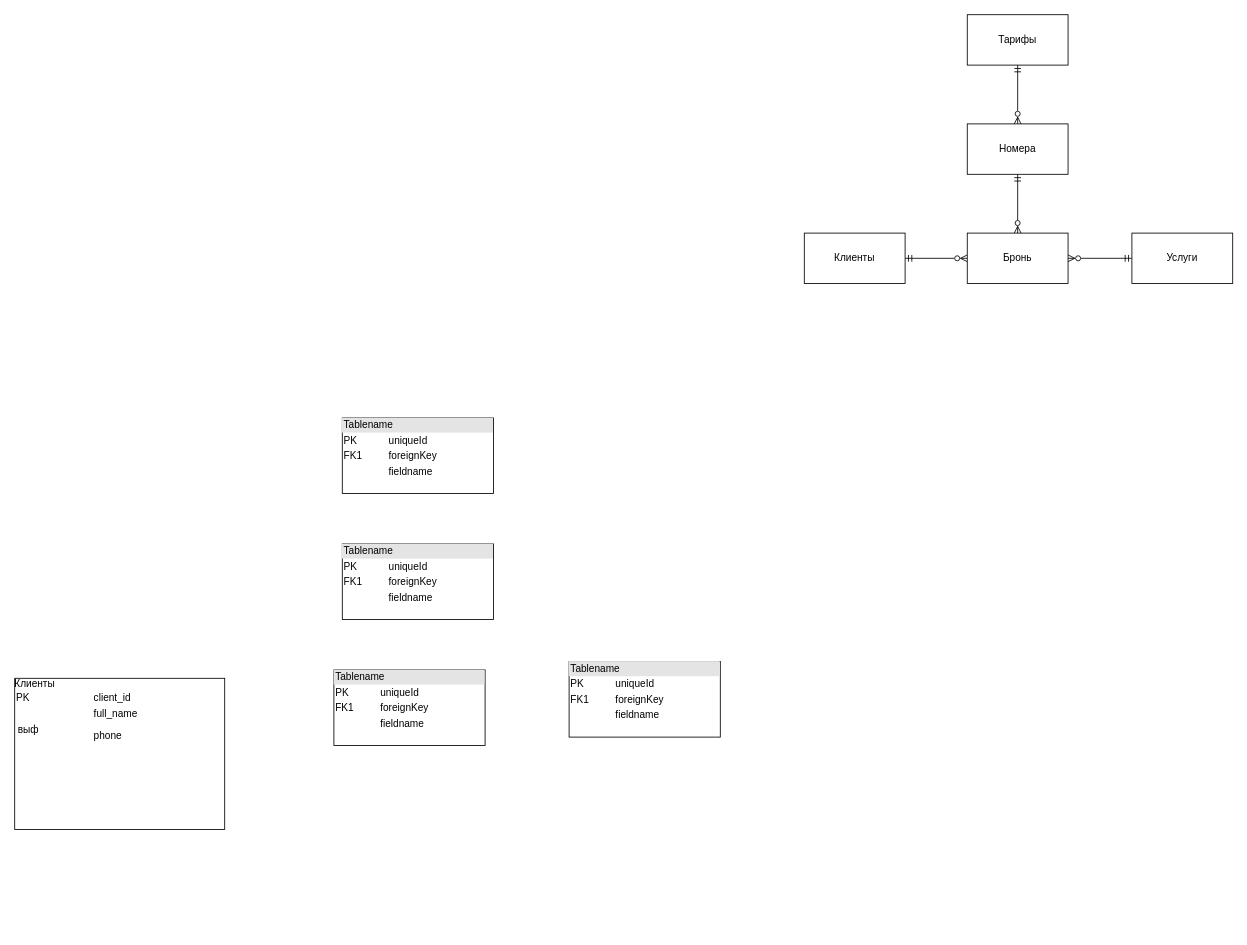
The draw.io diagram Диаграмма без названия.drawio in Bebrono/BD_mfti, before the edit. Source tidied: cells renumbered, new cells numbered last; positions are measured from the earlier drawing's top-left corner, leaving out a move shared by most shapes. Both pictures are drawn from the tidied source at 84%, with x=0, y=0 at pixel (14, 14).
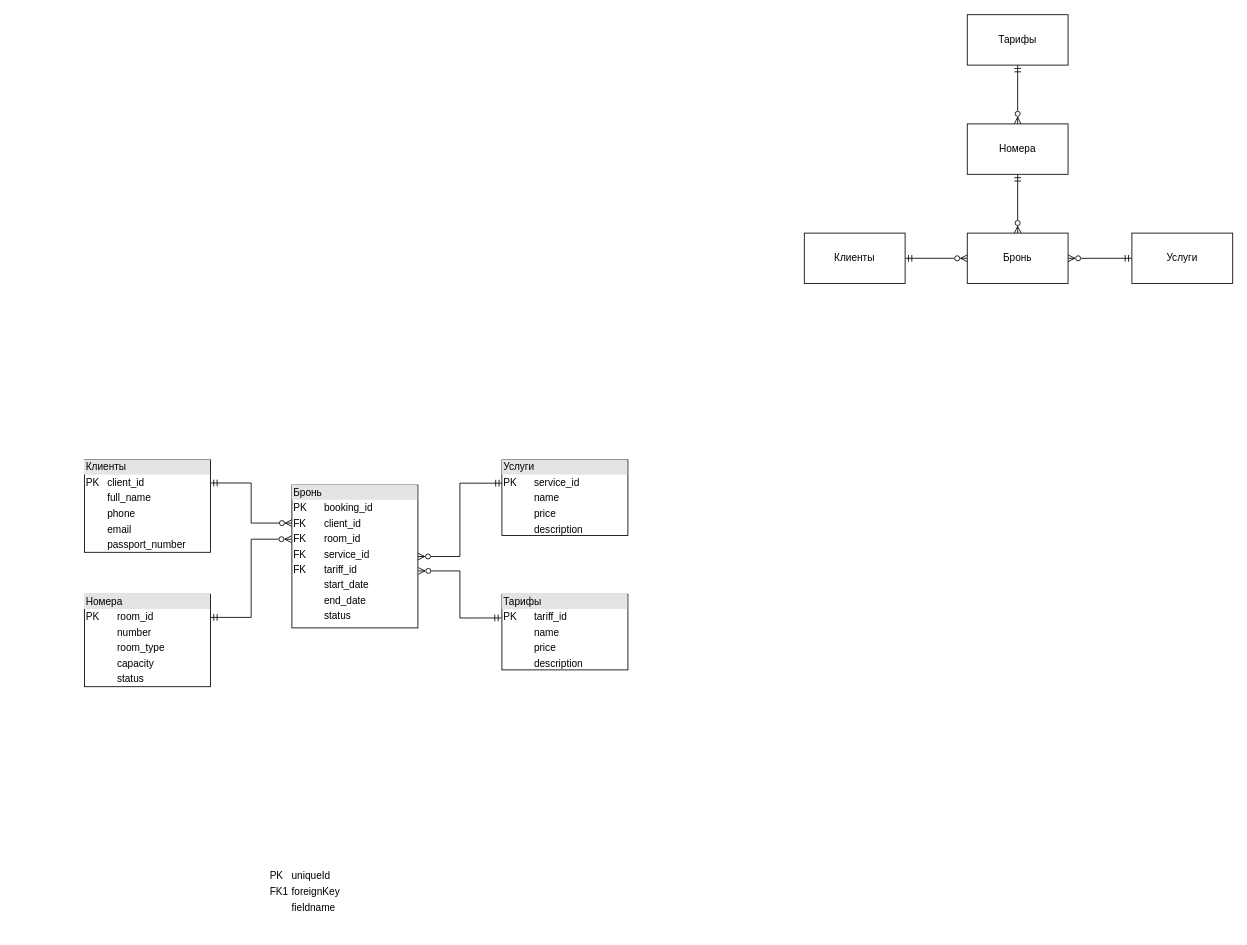
After the change.

What changed in the source:
```diff
@@
-    <mxCell id="11" value="Клиенты&lt;table style=&quot;width:100%;font-size:1em;&quot; cellpadding=&quot;2&quot; cellspacing=&quot;0&quot;&gt;&lt;tbody&gt;&lt;tr&gt;&lt;td&gt;PK&lt;/td&gt;&lt;td&gt;client_id&lt;/td&gt;&lt;/tr&gt;&lt;tr&gt;&lt;td&gt;&lt;br&gt;&lt;/td&gt;&lt;td&gt;full_name&lt;/td&gt;&lt;/tr&gt;&lt;tr&gt;&lt;td&gt;&lt;table style=&quot;width:100%;font-size:1em;&quot; cellpadding=&quot;2&quot; cellspacing=&quot;0&quot;&gt;&lt;tbody&gt;&lt;tr&gt;&lt;td&gt;выф&lt;/td&gt;&lt;/tr&gt;&lt;/tbody&gt;&lt;/table&gt;&lt;br&gt;&lt;/td&gt;&lt;td&gt;phone&lt;/td&gt;&lt;/tr&gt;&lt;/tbody&gt;&lt;/table&gt;" style="verticalAlign=top;align=left;overflow=fill;html=1;whiteSpace=wrap;" parent="1" vertex="1">
-      <mxGeometry y="790" width="250" height="180" as="geometry" />
-    </mxCell>
-    <mxCell id="12" value="&lt;div style=&quot;box-sizing:border-box;width:100%;background:#e4e4e4;padding:2px;&quot;&gt;Tablename&lt;/div&gt;&lt;table style=&quot;width:100%;font-size:1em;&quot; cellpadding=&quot;2&quot; cellspacing=&quot;0&quot;&gt;&lt;tr&gt;&lt;td&gt;PK&lt;/td&gt;&lt;td&gt;uniqueId&lt;/td&gt;&lt;/tr&gt;&lt;tr&gt;&lt;td&gt;FK1&lt;/td&gt;&lt;td&gt;foreignKey&lt;/td&gt;&lt;/tr&gt;&lt;tr&gt;&lt;td&gt;&lt;/td&gt;&lt;td&gt;fieldname&lt;/td&gt;&lt;/tr&gt;&lt;/table&gt;" style="verticalAlign=top;align=left;overflow=fill;html=1;whiteSpace=wrap;" parent="1" vertex="1">
-      <mxGeometry x="380" y="780" width="180" height="90" as="geometry" />
-    </mxCell>
-    <mxCell id="13" value="&lt;div style=&quot;box-sizing:border-box;width:100%;background:#e4e4e4;padding:2px;&quot;&gt;Tablename&lt;/div&gt;&lt;table style=&quot;width:100%;font-size:1em;&quot; cellpadding=&quot;2&quot; cellspacing=&quot;0&quot;&gt;&lt;tr&gt;&lt;td&gt;PK&lt;/td&gt;&lt;td&gt;uniqueId&lt;/td&gt;&lt;/tr&gt;&lt;tr&gt;&lt;td&gt;FK1&lt;/td&gt;&lt;td&gt;foreignKey&lt;/td&gt;&lt;/tr&gt;&lt;tr&gt;&lt;td&gt;&lt;/td&gt;&lt;td&gt;fieldname&lt;/td&gt;&lt;/tr&gt;&lt;/table&gt;" style="verticalAlign=top;align=left;overflow=fill;html=1;whiteSpace=wrap;" parent="1" vertex="1">
-      <mxGeometry x="660" y="770" width="180" height="90" as="geometry" />
-    </mxCell>
-    <mxCell id="14" value="&lt;div style=&quot;box-sizing:border-box;width:100%;background:#e4e4e4;padding:2px;&quot;&gt;Tablename&lt;/div&gt;&lt;table style=&quot;width:100%;font-size:1em;&quot; cellpadding=&quot;2&quot; cellspacing=&quot;0&quot;&gt;&lt;tr&gt;&lt;td&gt;PK&lt;/td&gt;&lt;td&gt;uniqueId&lt;/td&gt;&lt;/tr&gt;&lt;tr&gt;&lt;td&gt;FK1&lt;/td&gt;&lt;td&gt;foreignKey&lt;/td&gt;&lt;/tr&gt;&lt;tr&gt;&lt;td&gt;&lt;/td&gt;&lt;td&gt;fieldname&lt;/td&gt;&lt;/tr&gt;&lt;/table&gt;" style="verticalAlign=top;align=left;overflow=fill;html=1;whiteSpace=wrap;" parent="1" vertex="1">
-      <mxGeometry x="390" y="630" width="180" height="90" as="geometry" />
-    </mxCell>
-    <mxCell id="15" value="&lt;div style=&quot;box-sizing:border-box;width:100%;background:#e4e4e4;padding:2px;&quot;&gt;Tablename&lt;/div&gt;&lt;table style=&quot;width:100%;font-size:1em;&quot; cellpadding=&quot;2&quot; cellspacing=&quot;0&quot;&gt;&lt;tr&gt;&lt;td&gt;PK&lt;/td&gt;&lt;td&gt;uniqueId&lt;/td&gt;&lt;/tr&gt;&lt;tr&gt;&lt;td&gt;FK1&lt;/td&gt;&lt;td&gt;foreignKey&lt;/td&gt;&lt;/tr&gt;&lt;tr&gt;&lt;td&gt;&lt;/td&gt;&lt;td&gt;fieldname&lt;/td&gt;&lt;/tr&gt;&lt;/table&gt;" style="verticalAlign=top;align=left;overflow=fill;html=1;whiteSpace=wrap;" parent="1" vertex="1">
-      <mxGeometry x="390" y="480" width="180" height="90" as="geometry" />
-    </mxCell>
+    <mxCell id="16" style="edgeStyle=orthogonalEdgeStyle;rounded=0;jettySize=auto;html=1;exitX=1;exitY=0.25;exitDx=0;exitDy=0;entryX=0.001;entryY=0.266;entryDx=0;entryDy=0;endArrow=ERzeroToMany;endFill=0;startArrow=ERmandOne;startFill=0;entryPerimeter=0;" parent="1" edge="1" source="17" target="21">
+      <mxGeometry relative="1" as="geometry" />
+    </mxCell>
+    <mxCell id="17" value="&lt;div style=&quot;box-sizing: border-box; width: 100%; background: rgb(228, 228, 228); padding: 2px;&quot;&gt;Клиенты&lt;/div&gt;&lt;table style=&quot;width:100%;font-size:1em;&quot; cellpadding=&quot;2&quot; cellspacing=&quot;0&quot;&gt;&lt;tbody&gt;&lt;tr&gt;&lt;td&gt;PK&lt;/td&gt;&lt;td&gt;client_id&lt;/td&gt;&lt;/tr&gt;&lt;tr&gt;&lt;td&gt;&lt;br&gt;&lt;/td&gt;&lt;td&gt;full_name&lt;/td&gt;&lt;/tr&gt;&lt;tr&gt;&lt;td&gt;&lt;/td&gt;&lt;td&gt;phone&lt;/td&gt;&lt;/tr&gt;&lt;tr&gt;&lt;td&gt;&lt;br&gt;&lt;/td&gt;&lt;td&gt;email&lt;/td&gt;&lt;/tr&gt;&lt;tr&gt;&lt;td&gt;&lt;br&gt;&lt;/td&gt;&lt;td&gt;passport_number&lt;/td&gt;&lt;/tr&gt;&lt;tr&gt;&lt;td&gt;&lt;br&gt;&lt;/td&gt;&lt;td&gt;&lt;br&gt;&lt;/td&gt;&lt;/tr&gt;&lt;tr&gt;&lt;td&gt;&lt;br&gt;&lt;/td&gt;&lt;td&gt;&lt;br&gt;&lt;/td&gt;&lt;/tr&gt;&lt;tr&gt;&lt;td&gt;&lt;br&gt;&lt;/td&gt;&lt;td&gt;&lt;br&gt;&lt;/td&gt;&lt;/tr&gt;&lt;/tbody&gt;&lt;/table&gt;" style="verticalAlign=top;align=left;overflow=fill;html=1;whiteSpace=wrap;" parent="1" vertex="1">
+      <mxGeometry x="83" y="530" width="150" height="110" as="geometry" />
+    </mxCell>
+    <mxCell id="18" value="&lt;table cellspacing=&quot;0&quot; cellpadding=&quot;2&quot; style=&quot;width:100%;font-size:1em;&quot;&gt;&lt;tbody&gt;&lt;tr&gt;&lt;td&gt;PK&lt;/td&gt;&lt;td&gt;uniqueId&lt;/td&gt;&lt;/tr&gt;&lt;tr&gt;&lt;td&gt;FK1&lt;/td&gt;&lt;td&gt;foreignKey&lt;/td&gt;&lt;/tr&gt;&lt;tr&gt;&lt;td&gt;&lt;/td&gt;&lt;td&gt;fieldname&lt;/td&gt;&lt;/tr&gt;&lt;/tbody&gt;&lt;/table&gt;" style="text;whiteSpace=wrap;html=1;" parent="1" vertex="1">
+      <mxGeometry x="300" y="1010" width="120" height="80" as="geometry" />
+    </mxCell>
+    <mxCell id="19" value="&lt;div style=&quot;box-sizing: border-box; width: 100%; background: rgb(228, 228, 228); padding: 2px;&quot;&gt;Номера&lt;/div&gt;&lt;table style=&quot;width:100%;font-size:1em;&quot; cellpadding=&quot;2&quot; cellspacing=&quot;0&quot;&gt;&lt;tbody&gt;&lt;tr&gt;&lt;td&gt;PK&lt;/td&gt;&lt;td&gt;room_id&lt;/td&gt;&lt;/tr&gt;&lt;tr&gt;&lt;td&gt;&lt;br&gt;&lt;/td&gt;&lt;td&gt;number&lt;/td&gt;&lt;/tr&gt;&lt;tr&gt;&lt;td&gt;&lt;/td&gt;&lt;td&gt;room_type&lt;/td&gt;&lt;/tr&gt;&lt;tr&gt;&lt;td&gt;&lt;br&gt;&lt;/td&gt;&lt;td&gt;capacity&lt;/td&gt;&lt;/tr&gt;&lt;tr&gt;&lt;td&gt;&lt;br&gt;&lt;/td&gt;&lt;td&gt;status&lt;/td&gt;&lt;/tr&gt;&lt;tr&gt;&lt;td&gt;&lt;br&gt;&lt;/td&gt;&lt;td&gt;&lt;br&gt;&lt;/td&gt;&lt;/tr&gt;&lt;tr&gt;&lt;td&gt;&lt;br&gt;&lt;/td&gt;&lt;td&gt;&lt;br&gt;&lt;/td&gt;&lt;/tr&gt;&lt;tr&gt;&lt;td&gt;&lt;br&gt;&lt;/td&gt;&lt;td&gt;&lt;br&gt;&lt;/td&gt;&lt;/tr&gt;&lt;/tbody&gt;&lt;/table&gt;" style="verticalAlign=top;align=left;overflow=fill;html=1;whiteSpace=wrap;" parent="1" vertex="1">
+      <mxGeometry x="83" y="690" width="150" height="110" as="geometry" />
+    </mxCell>
+    <mxCell id="20" value="&lt;div style=&quot;box-sizing: border-box; width: 100%; background: rgb(228, 228, 228); padding: 2px;&quot;&gt;Тарифы&lt;/div&gt;&lt;table style=&quot;width:100%;font-size:1em;&quot; cellpadding=&quot;2&quot; cellspacing=&quot;0&quot;&gt;&lt;tbody&gt;&lt;tr&gt;&lt;td&gt;PK&lt;/td&gt;&lt;td&gt;tariff_id&lt;/td&gt;&lt;/tr&gt;&lt;tr&gt;&lt;td&gt;&lt;br&gt;&lt;/td&gt;&lt;td&gt;name&lt;/td&gt;&lt;/tr&gt;&lt;tr&gt;&lt;td&gt;&lt;/td&gt;&lt;td&gt;price&lt;/td&gt;&lt;/tr&gt;&lt;tr&gt;&lt;td&gt;&lt;br&gt;&lt;/td&gt;&lt;td&gt;&lt;span lang=&quot;en&quot; class=&quot;HwtZe&quot;&gt;&lt;span class=&quot;jCAhz ChMk0b&quot;&gt;&lt;span class=&quot;ryNqvb&quot;&gt;description&lt;/span&gt;&lt;/span&gt;&lt;/span&gt;&lt;/td&gt;&lt;/tr&gt;&lt;tr&gt;&lt;td&gt;&lt;br&gt;&lt;/td&gt;&lt;td&gt;&lt;br&gt;&lt;/td&gt;&lt;/tr&gt;&lt;tr&gt;&lt;td&gt;&lt;br&gt;&lt;/td&gt;&lt;td&gt;&lt;br&gt;&lt;/td&gt;&lt;/tr&gt;&lt;/tbody&gt;&lt;/table&gt;" style="verticalAlign=top;align=left;overflow=fill;html=1;whiteSpace=wrap;" parent="1" vertex="1">
+      <mxGeometry x="580" y="690" width="150" height="90" as="geometry" />
+    </mxCell>
+    <mxCell id="21" value="&lt;div style=&quot;box-sizing: border-box; width: 100%; background: rgb(228, 228, 228); padding: 2px;&quot;&gt;Бронь&lt;/div&gt;&lt;table style=&quot;width:100%;font-size:1em;&quot; cellpadding=&quot;2&quot; cellspacing=&quot;0&quot;&gt;&lt;tbody&gt;&lt;tr&gt;&lt;td&gt;PK&lt;/td&gt;&lt;td&gt;booking_id &lt;/td&gt;&lt;/tr&gt;&lt;tr&gt;&lt;td&gt;FK&lt;/td&gt;&lt;td&gt;client_id &lt;/td&gt;&lt;/tr&gt;&lt;tr&gt;&lt;td&gt;FK&lt;/td&gt;&lt;td&gt;room_id &lt;/td&gt;&lt;/tr&gt;&lt;tr&gt;&lt;td&gt;FK&lt;/td&gt;&lt;td&gt;service_id&lt;/td&gt;&lt;/tr&gt;&lt;tr&gt;&lt;td&gt;FK&lt;/td&gt;&lt;td&gt;tariff_id&lt;/td&gt;&lt;/tr&gt;&lt;tr&gt;&lt;td&gt;&lt;br&gt;&lt;/td&gt;&lt;td&gt;start_date&lt;/td&gt;&lt;/tr&gt;&lt;tr&gt;&lt;td&gt;&lt;br&gt;&lt;/td&gt;&lt;td&gt;end_date&lt;/td&gt;&lt;/tr&gt;&lt;tr&gt;&lt;td&gt;&lt;br&gt;&lt;/td&gt;&lt;td&gt;status&lt;/td&gt;&lt;/tr&gt;&lt;/tbody&gt;&lt;/table&gt;" style="verticalAlign=top;align=left;overflow=fill;html=1;whiteSpace=wrap;" parent="1" vertex="1">
+      <mxGeometry x="330" y="560" width="150" height="170" as="geometry" />
+    </mxCell>
+    <mxCell id="22" style="edgeStyle=orthogonalEdgeStyle;rounded=0;jettySize=auto;html=1;exitX=0.004;exitY=0.308;exitDx=0;exitDy=0;entryX=1;entryY=0.5;entryDx=0;entryDy=0;endArrow=ERzeroToMany;endFill=0;startArrow=ERmandOne;startFill=0;exitPerimeter=0;" parent="1" edge="1" source="23" target="21">
+      <mxGeometry relative="1" as="geometry" />
+    </mxCell>
+    <mxCell id="23" value="&lt;div style=&quot;box-sizing: border-box; width: 100%; background: rgb(228, 228, 228); padding: 2px;&quot;&gt;Услуги&lt;/div&gt;&lt;table style=&quot;width:100%;font-size:1em;&quot; cellpadding=&quot;2&quot; cellspacing=&quot;0&quot;&gt;&lt;tbody&gt;&lt;tr&gt;&lt;td&gt;PK&lt;/td&gt;&lt;td&gt;service_id &lt;/td&gt;&lt;/tr&gt;&lt;tr&gt;&lt;td&gt;&lt;/td&gt;&lt;td&gt;name&lt;/td&gt;&lt;/tr&gt;&lt;tr&gt;&lt;td&gt;&lt;br&gt;&lt;/td&gt;&lt;td&gt;price&lt;/td&gt;&lt;/tr&gt;&lt;tr&gt;&lt;td&gt;&lt;br&gt;&lt;/td&gt;&lt;td&gt;&lt;span lang=&quot;en&quot; class=&quot;HwtZe&quot;&gt;&lt;span class=&quot;jCAhz ChMk0b&quot;&gt;&lt;span class=&quot;ryNqvb&quot;&gt;description&lt;/span&gt;&lt;/span&gt;&lt;/span&gt;&lt;/td&gt;&lt;/tr&gt;&lt;tr&gt;&lt;td&gt;&lt;br&gt;&lt;/td&gt;&lt;td&gt;&lt;br&gt;&lt;/td&gt;&lt;/tr&gt;&lt;tr&gt;&lt;td&gt;&lt;br&gt;&lt;/td&gt;&lt;td&gt;&lt;br&gt;&lt;/td&gt;&lt;/tr&gt;&lt;tr&gt;&lt;td&gt;&lt;br&gt;&lt;/td&gt;&lt;td&gt;&lt;br&gt;&lt;/td&gt;&lt;/tr&gt;&lt;/tbody&gt;&lt;/table&gt;" style="verticalAlign=top;align=left;overflow=fill;html=1;whiteSpace=wrap;" parent="1" vertex="1">
+      <mxGeometry x="580" y="530" width="150" height="90" as="geometry" />
+    </mxCell>
+    <mxCell id="24" style="edgeStyle=orthogonalEdgeStyle;rounded=0;jettySize=auto;html=1;exitX=1;exitY=0.25;exitDx=0;exitDy=0;entryX=-0.003;entryY=0.379;entryDx=0;entryDy=0;entryPerimeter=0;endArrow=ERzeroToMany;endFill=0;startArrow=ERmandOne;startFill=0;" parent="1" edge="1" source="19" target="21">
+      <mxGeometry relative="1" as="geometry" />
+    </mxCell>
+    <mxCell id="25" style="edgeStyle=orthogonalEdgeStyle;rounded=0;jettySize=auto;html=1;exitX=-0.003;exitY=0.313;exitDx=0;exitDy=0;entryX=1.003;entryY=0.601;entryDx=0;entryDy=0;entryPerimeter=0;endArrow=ERzeroToMany;endFill=0;startArrow=ERmandOne;startFill=0;exitPerimeter=0;" parent="1" edge="1" source="20" target="21">
+      <mxGeometry relative="1" as="geometry" />
+    </mxCell>
```
